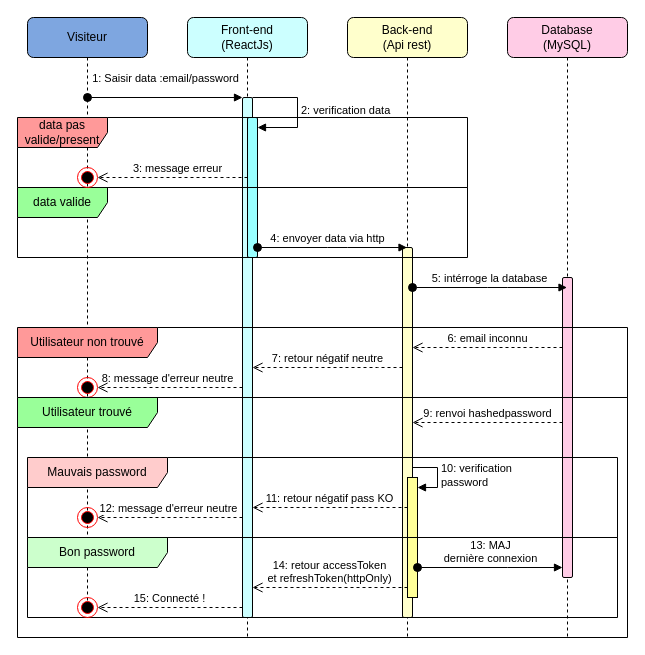
MaxenceAll/frontendPccompare keeps this draw.io diagram as docs/Présentation/Diagrammes/SequenceFiles/Login.drawio. Above is the earlier version. Source tidied: cells renumbered, new cells numbered last; positions are measured from the earlier drawing's top-left corner, leaving out a move shared by most shapes. Both pictures are drawn from the tidied source at 100%, with x=0, y=0 at pixel (17, 17).
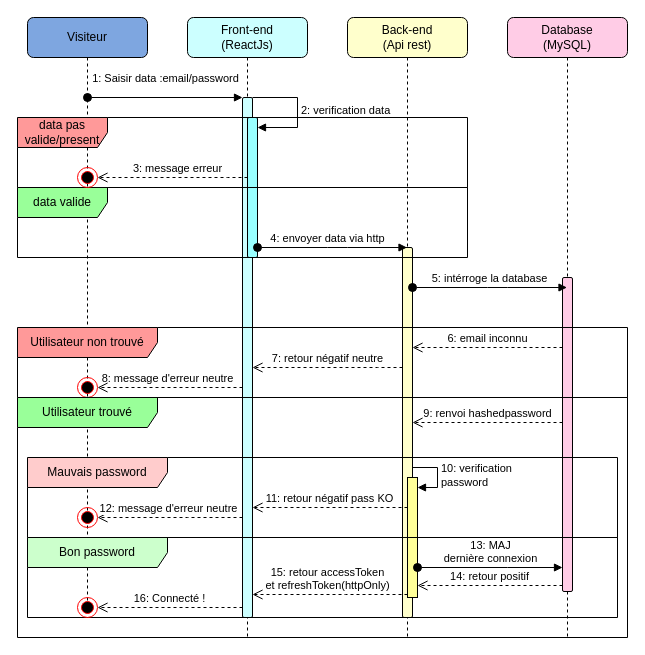
After the change.

The change refers to these unchanged cells:
```xml
<mxCell id="4" style="html=1;points=[];perimeter=orthogonalPerimeter;outlineConnect=0;targetShapes=umlLifeline;portConstraint=eastwest;newEdgeStyle={&quot;edgeStyle&quot;:&quot;elbowEdgeStyle&quot;,&quot;elbow&quot;:&quot;vertical&quot;,&quot;curved&quot;:0,&quot;rounded&quot;:0};fillColor=#CCFFFF;rounded=1;" parent="3" vertex="1">
  <mxGeometry x="55" y="80" width="10" height="520" as="geometry" />
</mxCell>
<mxCell id="9" value="Database&lt;br&gt;(MySQL)" style="shape=umlLifeline;perimeter=lifelinePerimeter;whiteSpace=wrap;html=1;outlineConnect=0;portConstraint=eastwest;newEdgeStyle={&quot;edgeStyle&quot;:&quot;elbowEdgeStyle&quot;,&quot;elbow&quot;:&quot;vertical&quot;,&quot;curved&quot;:0,&quot;rounded&quot;:0};size=40;rounded=1;fillColor=#FFCCE6;" parent="1" vertex="1">
  <mxGeometry x="490" width="120" height="620" as="geometry" />
</mxCell>
<mxCell id="27" style="html=1;points=[];perimeter=orthogonalPerimeter;outlineConnect=0;targetShapes=umlLifeline;portConstraint=eastwest;newEdgeStyle={&quot;edgeStyle&quot;:&quot;elbowEdgeStyle&quot;,&quot;elbow&quot;:&quot;vertical&quot;,&quot;curved&quot;:0,&quot;rounded&quot;:0};fillColor=#FFFF99;" parent="1" vertex="1">
  <mxGeometry x="390" y="460" width="10" height="120" as="geometry" />
</mxCell>
<mxCell id="38" style="ellipse;html=1;shape=endState;fillColor=#000000;strokeColor=#ff0000;rounded=1;" parent="1" vertex="1">
  <mxGeometry x="60" y="580" width="20" height="20" as="geometry" />
</mxCell>
```

What changed in the source:
```diff
@@
     <mxCell id="10" style="html=1;points=[];perimeter=orthogonalPerimeter;outlineConnect=0;targetShapes=umlLifeline;portConstraint=eastwest;newEdgeStyle={&quot;edgeStyle&quot;:&quot;elbowEdgeStyle&quot;,&quot;elbow&quot;:&quot;vertical&quot;,&quot;curved&quot;:0,&quot;rounded&quot;:0};fillColor=#FFCCE6;rounded=1;" parent="9" vertex="1">
-      <mxGeometry x="55" y="260" width="10" height="300" as="geometry" />
+      <mxGeometry x="55" y="260" width="10" height="314" as="geometry" />
     </mxCell>
@@
-    <mxCell id="35" value="14: retour accessToken &lt;br&gt;et refreshToken(httpOnly)" style="html=1;verticalAlign=bottom;endArrow=open;dashed=1;endSize=8;edgeStyle=elbowEdgeStyle;elbow=vertical;curved=0;rounded=0;" parent="1" edge="1" source="27" target="4">
-      <mxGeometry relative="1" as="geometry">
+    <mxCell id="35" value="15: retour accessToken &lt;br&gt;et refreshToken(httpOnly)" style="html=1;verticalAlign=bottom;endArrow=open;dashed=1;endSize=8;edgeStyle=elbowEdgeStyle;elbow=vertical;curved=0;rounded=0;" parent="1" edge="1" source="27" target="4">
+      <mxGeometry x="0.03" relative="1" as="geometry">
         <Array as="points">
+          <mxPoint x="328" y="577" />
           <mxPoint x="360" y="570" />
           <mxPoint x="290" y="580" />
           <mxPoint x="350" y="550" />
         </Array>
       </mxGeometry>
     </mxCell>
@@
-    <mxCell id="37" value="15: Connecté !" style="html=1;verticalAlign=bottom;endArrow=open;dashed=1;endSize=8;edgeStyle=elbowEdgeStyle;elbow=vertical;curved=0;rounded=0;entryX=1;entryY=0.5;entryDx=0;entryDy=0;" parent="1" edge="1" source="4" target="38">
+    <mxCell id="37" value="16: Connecté !" style="html=1;verticalAlign=bottom;endArrow=open;dashed=1;endSize=8;edgeStyle=elbowEdgeStyle;elbow=vertical;curved=0;rounded=0;entryX=1;entryY=0.5;entryDx=0;entryDy=0;" parent="1" edge="1" source="4" target="38">
       <mxGeometry relative="1" as="geometry">
         <Array as="points">
           <mxPoint x="180" y="590" />
         </Array>
       </mxGeometry>
     </mxCell>
@@
+    <mxCell id="39" value="14: retour positif" style="html=1;verticalAlign=bottom;endArrow=open;dashed=1;endSize=8;edgeStyle=elbowEdgeStyle;elbow=vertical;curved=0;rounded=0;" parent="1" edge="1" source="10" target="27">
+      <mxGeometry relative="1" as="geometry">
+        <Array as="points">
+          <mxPoint x="432" y="568" />
+        </Array>
+      </mxGeometry>
+    </mxCell>
```
